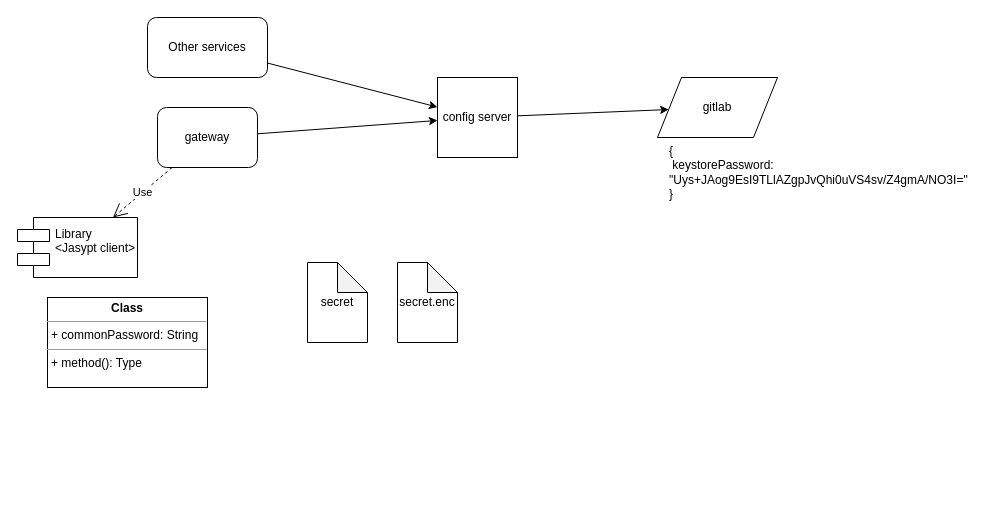
This is Untitled Diagram.drawio from arti22k/draw.io, a draw.io file, before an edit. Source tidied: cells renumbered, new cells numbered last; positions are measured from the earlier drawing's top-left corner, leaving out a move shared by most shapes. Both pictures are drawn from the tidied source at 100%, with x=0, y=0 at pixel (17, 17).
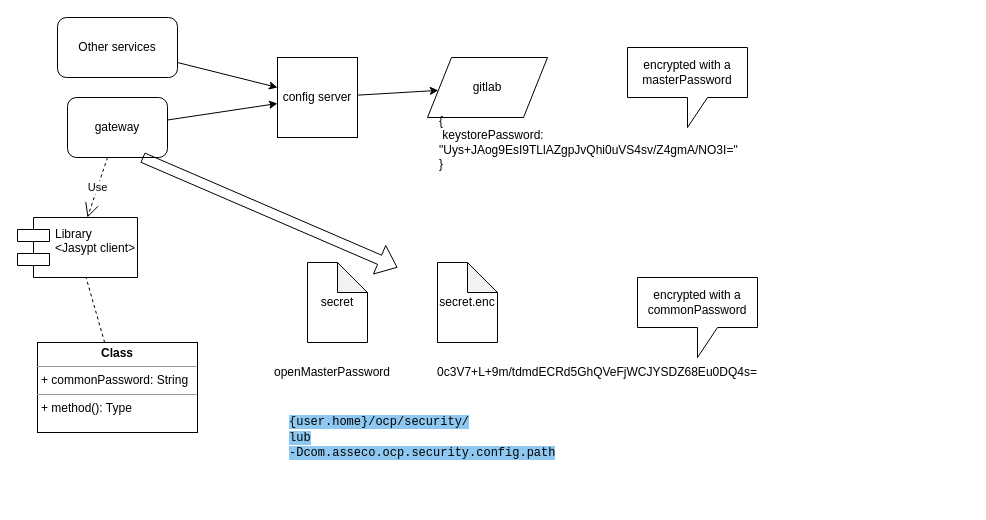
The same page after the edit.

Commit message:
master password logic

Unchanged cells that the change refers to:
```xml
<mxCell id="11" value="Library&#10;&lt;Jasypt client&gt;&#10;" style="shape=component;align=left;spacingLeft=36;" parent="1" vertex="1">
  <mxGeometry y="200" width="120" height="60" as="geometry" />
</mxCell>
```

Diff of the diagram source:
```diff
@@
     <mxCell id="3" value="secret.enc" style="shape=note;whiteSpace=wrap;html=1;backgroundOutline=1;darkOpacity=0.05;" parent="1" vertex="1">
-      <mxGeometry x="380" y="245" width="60" height="80" as="geometry" />
+      <mxGeometry x="420" y="245" width="60" height="80" as="geometry" />
     </mxCell>
     <mxCell id="4" value="gateway" style="rounded=1;whiteSpace=wrap;html=1;" parent="1" vertex="1">
-      <mxGeometry x="140" y="90" width="100" height="60" as="geometry" />
+      <mxGeometry x="50" y="80" width="100" height="60" as="geometry" />
     </mxCell>
     <mxCell id="5" value="config server" style="whiteSpace=wrap;html=1;" parent="1" vertex="1">
-      <mxGeometry x="420" y="60" width="80" height="80" as="geometry" />
+      <mxGeometry x="260" y="40" width="80" height="80" as="geometry" />
     </mxCell>
@@
     <mxCell id="7" value="gitlab" style="shape=parallelogram;perimeter=parallelogramPerimeter;whiteSpace=wrap;html=1;" parent="1" vertex="1">
-      <mxGeometry x="640" y="60" width="120" height="60" as="geometry" />
+      <mxGeometry x="410" y="40" width="120" height="60" as="geometry" />
     </mxCell>
@@
     <mxCell id="9" value="{&lt;br&gt;&amp;nbsp;keystorePassword: &quot;Uys+JAog9EsI9TLlAZgpJvQhi0uVS4sv/Z4gmA/NO3I=&quot;&lt;br&gt;}" style="text;html=1;strokeColor=none;fillColor=none;align=left;verticalAlign=middle;whiteSpace=wrap;rounded=0;" parent="1" vertex="1">
-      <mxGeometry x="650" y="140" width="200" height="30" as="geometry" />
+      <mxGeometry x="420" y="110" width="200" height="30" as="geometry" />
     </mxCell>
     <mxCell id="10" value="&lt;p style=&quot;margin: 0px ; margin-top: 4px ; text-align: center&quot;&gt;&lt;b&gt;Class&lt;/b&gt;&lt;/p&gt;&lt;hr size=&quot;1&quot;&gt;&lt;p style=&quot;margin: 0px ; margin-left: 4px&quot;&gt;+ commonPassword: String&lt;/p&gt;&lt;hr size=&quot;1&quot;&gt;&lt;p style=&quot;margin: 0px ; margin-left: 4px&quot;&gt;+ method(): Type&lt;/p&gt;" style="verticalAlign=top;align=left;overflow=fill;fontSize=12;fontFamily=Helvetica;html=1;" parent="1" vertex="1">
-      <mxGeometry x="30" y="280" width="160" height="90" as="geometry" />
+      <mxGeometry x="20" y="325" width="160" height="90" as="geometry" />
     </mxCell>
@@
     <mxCell id="13" value="Other services" style="rounded=1;whiteSpace=wrap;html=1;" parent="1" vertex="1">
-      <mxGeometry x="130" width="120" height="60" as="geometry" />
+      <mxGeometry x="40" width="120" height="60" as="geometry" />
     </mxCell>
@@
+    <mxCell id="15" style="endArrow=none;dashed=1;html=1;" parent="1" edge="1" source="10" target="11">
+      <mxGeometry relative="1" as="geometry" />
+    </mxCell>
+    <mxCell id="16" value="&lt;span style=&quot;font-family: &amp;#34;courier new&amp;#34; , monospace ; background-color: rgb(142 , 200 , 240)&quot;&gt;{user.home}/ocp/security/&lt;br&gt;lub&lt;br&gt;&lt;/span&gt;&lt;span style=&quot;font-family: &amp;#34;courier new&amp;#34; , monospace ; background-color: rgb(142 , 200 , 240)&quot;&gt;-Dcom.asseco.ocp.security.config.path&lt;/span&gt;&lt;span style=&quot;font-family: &amp;#34;courier new&amp;#34; , monospace ; background-color: rgb(142 , 200 , 240)&quot;&gt;&lt;br&gt;&lt;/span&gt;" style="text;html=1;strokeColor=none;fillColor=none;align=left;verticalAlign=middle;whiteSpace=wrap;rounded=0;" parent="1" vertex="1">
+      <mxGeometry x="270" y="355" width="340" height="130" as="geometry" />
+    </mxCell>
+    <mxCell id="17" value="openMasterPassword" style="text;html=1;strokeColor=none;fillColor=none;align=center;verticalAlign=middle;whiteSpace=wrap;rounded=0;" parent="1" vertex="1">
+      <mxGeometry x="250" y="350" width="130" height="10" as="geometry" />
+    </mxCell>
+    <mxCell id="18" value="0c3V7+L+9m/tdmdECRd5GhQVeFjWCJYSDZ68Eu0DQ4s=" style="text;html=1;strokeColor=none;fillColor=none;align=center;verticalAlign=middle;whiteSpace=wrap;rounded=0;" parent="1" vertex="1">
+      <mxGeometry x="560" y="345" width="40" height="20" as="geometry" />
+    </mxCell>
+    <mxCell id="19" style="edgeStyle=orthogonalEdgeStyle;rounded=0;orthogonalLoop=1;jettySize=auto;html=1;exitX=0.5;exitY=1;exitDx=0;exitDy=0;" parent="1" edge="1" source="18" target="18">
+      <mxGeometry relative="1" as="geometry" />
+    </mxCell>
+    <mxCell id="20" value="encrypted with a commonPassword" style="shape=callout;whiteSpace=wrap;html=1;perimeter=calloutPerimeter;" parent="1" vertex="1">
+      <mxGeometry x="620" y="260" width="120" height="80" as="geometry" />
+    </mxCell>
+    <mxCell id="21" value="encrypted with a masterPassword" style="shape=callout;whiteSpace=wrap;html=1;perimeter=calloutPerimeter;" parent="1" vertex="1">
+      <mxGeometry x="610" y="30" width="120" height="80" as="geometry" />
+    </mxCell>
+    <mxCell id="22" style="shape=flexArrow;endArrow=classic;html=1;exitX=0.75;exitY=1;exitDx=0;exitDy=0;" parent="1" edge="1" source="4">
+      <mxGeometry relative="1" as="geometry">
+        <mxPoint x="380" y="250" as="targetPoint" />
+      </mxGeometry>
+    </mxCell>
```
